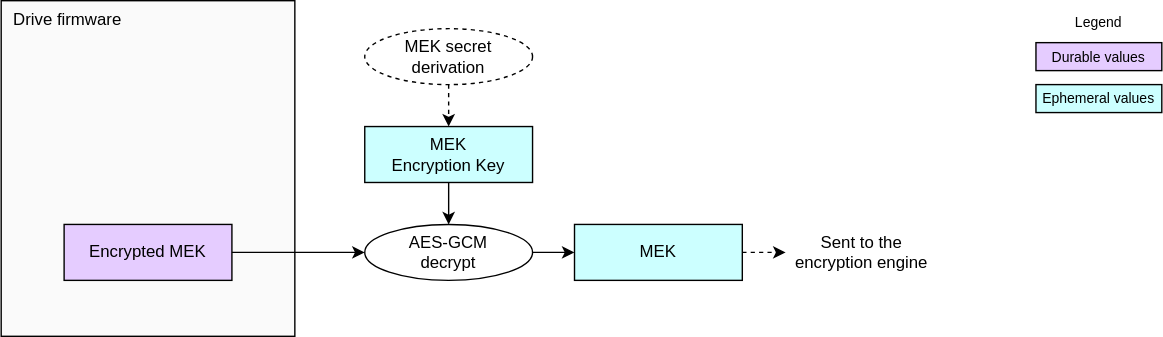
Earlier version of the draw.io export doc/ocp_lock/diagrams/mek_load.drawio.svg (chipsalliance/Caliptra). Source tidied: cells renumbered, new cells last; positions are measured from the earlier drawing's top-left corner, leaving out a move shared by most shapes.
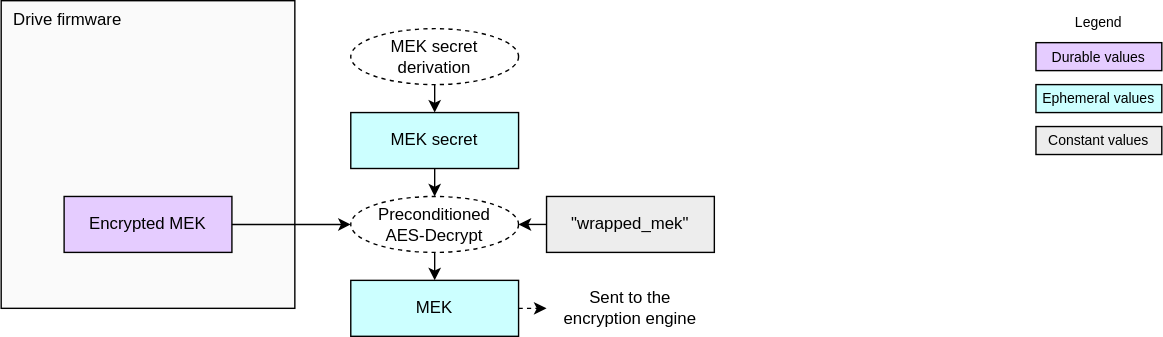
The same diagram one commit later.

Change to the diagram source:
```diff
@@ -3,7 +3,7 @@
     <mxCell id="0" />
     <mxCell id="1" parent="0" />
     <mxCell id="2" value="Drive firmware" style="rounded=0;whiteSpace=wrap;html=1;fillColor=#FAFAFA;strokeColor=#000000;align=left;verticalAlign=top;spacingLeft=7;" parent="1" vertex="1">
-      <mxGeometry width="210" height="240" as="geometry" />
+      <mxGeometry width="210" height="220" as="geometry" />
     </mxCell>
     <mxCell id="3" value="&lt;div&gt;&lt;font color=&quot;#000000&quot;&gt;Durable values&lt;/font&gt;&lt;/div&gt;" style="rounded=0;whiteSpace=wrap;html=1;align=center;verticalAlign=middle;shadow=0;glass=0;spacingLeft=0;spacingBottom=0;spacingTop=0;fillColor=#E5CCFF;fontSize=10;" parent="1" vertex="1">
       <mxGeometry x="740" y="30" width="90" height="20" as="geometry" />
@@ -14,40 +14,47 @@
     <mxCell id="5" value="&lt;div&gt;&lt;font color=&quot;#000000&quot;&gt;Ephemeral values&lt;/font&gt;&lt;/div&gt;" style="rounded=0;whiteSpace=wrap;html=1;align=center;verticalAlign=middle;shadow=0;glass=0;spacingLeft=0;spacingBottom=0;spacingTop=0;fillColor=#CCFFFF;fontSize=10;" parent="1" vertex="1">
       <mxGeometry x="740" y="60" width="90" height="20" as="geometry" />
     </mxCell>
-    <mxCell id="6" value="&lt;div&gt;&lt;font color=&quot;#000000&quot;&gt;MEK&lt;/font&gt;&lt;/div&gt;&lt;div&gt;&lt;font color=&quot;#000000&quot;&gt;Encryption Key&lt;/font&gt;&lt;/div&gt;" style="rounded=0;whiteSpace=wrap;html=1;align=center;verticalAlign=middle;shadow=0;glass=0;spacingLeft=0;spacingBottom=0;spacingTop=0;fillColor=#CCFFFF;" parent="1" vertex="1">
-      <mxGeometry x="260" y="90" width="120" height="40" as="geometry" />
-    </mxCell>
-    <mxCell id="7" style="edgeStyle=none;html=1;exitX=0.5;exitY=1;exitDx=0;exitDy=0;entryX=0.5;entryY=0;entryDx=0;entryDy=0;dashed=1;" parent="1" edge="1" target="6">
-      <mxGeometry relative="1" as="geometry">
-        <mxPoint x="320" y="60" as="sourcePoint" />
-      </mxGeometry>
-    </mxCell>
-    <mxCell id="8" value="AES-GCM&lt;div&gt;decrypt&lt;/div&gt;" style="ellipse;whiteSpace=wrap;html=1;fillColor=#FFFFFF;" parent="1" vertex="1">
-      <mxGeometry x="260" y="160" width="120" height="40" as="geometry" />
-    </mxCell>
-    <mxCell id="9" style="edgeStyle=none;html=1;exitX=0.5;exitY=1;exitDx=0;exitDy=0;entryX=0.5;entryY=0;entryDx=0;entryDy=0;" parent="1" edge="1" source="6" target="8">
-      <mxGeometry relative="1" as="geometry" />
-    </mxCell>
-    <mxCell id="10" value="&lt;div&gt;&lt;font color=&quot;#000000&quot;&gt;Encrypted MEK&lt;/font&gt;&lt;/div&gt;" style="rounded=0;whiteSpace=wrap;html=1;align=center;verticalAlign=middle;shadow=0;glass=0;spacingLeft=0;spacingBottom=0;spacingTop=0;fillColor=#E5CCFF;" parent="1" vertex="1">
-      <mxGeometry x="45" y="160" width="120" height="40" as="geometry" />
-    </mxCell>
-    <mxCell id="11" style="edgeStyle=none;html=1;exitX=1;exitY=0.5;exitDx=0;exitDy=0;entryX=0;entryY=0.5;entryDx=0;entryDy=0;" parent="1" edge="1" source="10" target="8">
-      <mxGeometry relative="1" as="geometry" />
-    </mxCell>
-    <mxCell id="12" value="MEK secret&lt;div&gt;derivation&lt;/div&gt;" style="ellipse;whiteSpace=wrap;html=1;fillColor=#FFFFFF;dashed=1;" parent="1" vertex="1">
-      <mxGeometry x="260" y="20" width="120" height="40" as="geometry" />
-    </mxCell>
     <mxCell id="13" value="&lt;div&gt;&lt;font color=&quot;#000000&quot;&gt;MEK&lt;/font&gt;&lt;/div&gt;" style="rounded=0;whiteSpace=wrap;html=1;align=center;verticalAlign=middle;shadow=0;glass=0;spacingLeft=0;spacingBottom=0;spacingTop=0;fillColor=#CCFFFF;" parent="1" vertex="1">
-      <mxGeometry x="410" y="160" width="120" height="40" as="geometry" />
+      <mxGeometry x="250" y="200" width="120" height="40" as="geometry" />
     </mxCell>
-    <mxCell id="14" style="edgeStyle=none;html=1;exitX=1;exitY=0.5;exitDx=0;exitDy=0;entryX=0;entryY=0.5;entryDx=0;entryDy=0;" parent="1" edge="1" source="8" target="13">
-      <mxGeometry relative="1" as="geometry" />
-    </mxCell>
     <mxCell id="15" value="Sent to the&lt;div&gt;encryption engine&lt;/div&gt;" style="text;strokeColor=none;align=center;fillColor=none;html=1;verticalAlign=middle;whiteSpace=wrap;rounded=0;" parent="1" vertex="1">
-      <mxGeometry x="561" y="165" width="109" height="30" as="geometry" />
+      <mxGeometry x="390" y="205" width="120" height="30" as="geometry" />
     </mxCell>
     <mxCell id="16" style="edgeStyle=none;html=1;exitX=1;exitY=0.5;exitDx=0;exitDy=0;entryX=0;entryY=0.5;entryDx=0;entryDy=0;dashed=1;" parent="1" edge="1" source="13" target="15">
       <mxGeometry relative="1" as="geometry" />
     </mxCell>
+    <mxCell id="17" value="&lt;div&gt;&lt;font color=&quot;#000000&quot;&gt;Constant values&lt;/font&gt;&lt;/div&gt;" style="rounded=0;whiteSpace=wrap;html=1;align=center;verticalAlign=middle;shadow=0;glass=0;spacingLeft=0;spacingBottom=0;spacingTop=0;fillColor=#EDEDED;fontSize=10;" parent="1" vertex="1">
+      <mxGeometry x="740" y="90" width="90" height="20" as="geometry" />
+    </mxCell>
+    <mxCell id="10" value="&lt;div&gt;&lt;font color=&quot;#000000&quot;&gt;Encrypted MEK&lt;/font&gt;&lt;/div&gt;" style="rounded=0;whiteSpace=wrap;html=1;align=center;verticalAlign=middle;shadow=0;glass=0;spacingLeft=0;spacingBottom=0;spacingTop=0;fillColor=#E5CCFF;" parent="1" vertex="1">
+      <mxGeometry x="45" y="140" width="120" height="40" as="geometry" />
+    </mxCell>
+    <mxCell id="18" style="edgeStyle=none;html=1;exitX=1;exitY=0.5;exitDx=0;exitDy=0;entryX=0;entryY=0.5;entryDx=0;entryDy=0;" parent="1" edge="1" source="10" target="21">
+      <mxGeometry relative="1" as="geometry" />
+    </mxCell>
+    <mxCell id="19" style="edgeStyle=none;html=1;exitX=0.5;exitY=1;exitDx=0;exitDy=0;entryX=0.5;entryY=0;entryDx=0;entryDy=0;" parent="1" edge="1" source="21" target="13">
+      <mxGeometry relative="1" as="geometry" />
+    </mxCell>
+    <mxCell id="20" style="edgeStyle=orthogonalEdgeStyle;endArrow=classic;html=1;rounded=0;endSize=6;startSize=6;exitX=0.5;exitY=1;exitDx=0;exitDy=0;entryX=0.5;entryY=0;entryDx=0;entryDy=0;" parent="1" edge="1" source="24" target="21">
+      <mxGeometry relative="1" as="geometry" />
+    </mxCell>
+    <mxCell id="21" value="Preconditioned&lt;div&gt;AES-Decrypt&lt;/div&gt;" style="ellipse;whiteSpace=wrap;html=1;fillColor=#FFFFFF;dashed=1;" parent="1" vertex="1">
+      <mxGeometry x="250" y="140" width="120" height="40" as="geometry" />
+    </mxCell>
+    <mxCell id="22" style="edgeStyle=none;html=1;exitX=0;exitY=0.5;exitDx=0;exitDy=0;entryX=1;entryY=0.5;entryDx=0;entryDy=0;" parent="1" edge="1" source="23" target="21">
+      <mxGeometry relative="1" as="geometry" />
+    </mxCell>
+    <mxCell id="23" value="&lt;div&gt;&lt;font color=&quot;#000000&quot;&gt;&quot;wrapped_mek&quot;&lt;/font&gt;&lt;/div&gt;" style="rounded=0;whiteSpace=wrap;html=1;align=center;verticalAlign=middle;shadow=0;glass=0;spacingLeft=0;spacingBottom=0;spacingTop=0;fillColor=#EDEDED;" parent="1" vertex="1">
+      <mxGeometry x="390" y="140" width="120" height="40" as="geometry" />
+    </mxCell>
+    <mxCell id="24" value="&lt;div&gt;&lt;font color=&quot;#000000&quot;&gt;MEK secret&lt;/font&gt;&lt;/div&gt;" style="rounded=0;whiteSpace=wrap;html=1;align=center;verticalAlign=middle;shadow=0;glass=0;spacingLeft=0;spacingBottom=0;spacingTop=0;fillColor=#CCFFFF;" parent="1" vertex="1">
+      <mxGeometry x="250" y="80" width="120" height="40" as="geometry" />
+    </mxCell>
+    <mxCell id="25" style="edgeStyle=none;html=1;exitX=0.5;exitY=1;exitDx=0;exitDy=0;entryX=0.5;entryY=0;entryDx=0;entryDy=0;" parent="1" edge="1" source="12" target="24">
+      <mxGeometry relative="1" as="geometry" />
+    </mxCell>
+    <mxCell id="12" value="MEK secret&lt;div&gt;derivation&lt;/div&gt;" style="ellipse;whiteSpace=wrap;html=1;fillColor=#FFFFFF;dashed=1;" parent="1" vertex="1">
+      <mxGeometry x="250" y="20" width="120" height="40" as="geometry" />
+    </mxCell>
   </root>
 </mxGraphModel>
```
